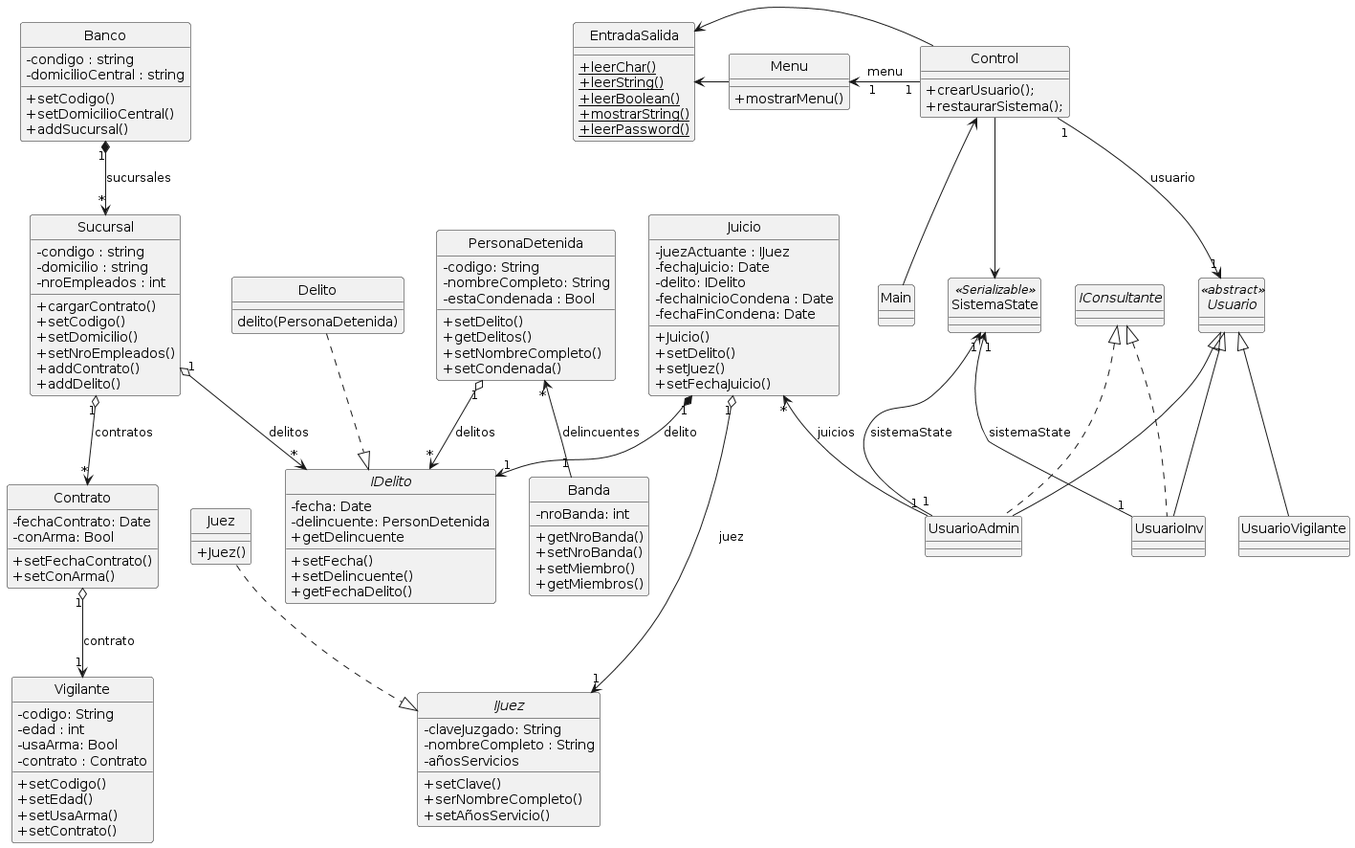
IMettaINSPT/1ParcialP2 keeps this PlantUML diagram as Documentacion/DiagramaClasesVGeneral.png. Above is the earlier version.
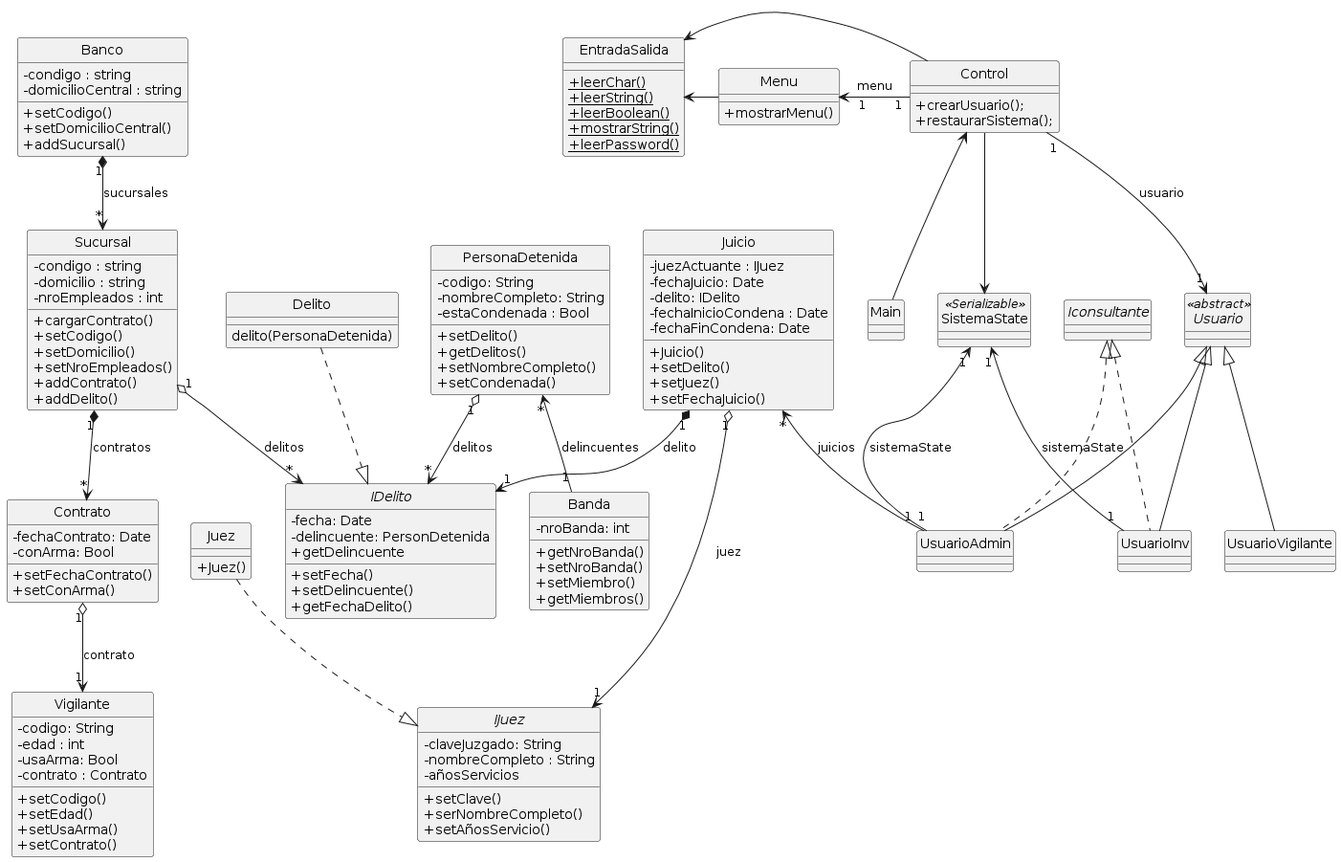
After the commit.

What changed in the source:
```diff
@@ -100,7 +100,7 @@
 
 }
 
-interface IConsultante{}
+interface Iconsultante{}
 
 class Main{
 }
@@ -136,7 +136,7 @@
 SistemaState "1"<-- "1" UsuarioInv:sistemaState
 Delito ..|> IDelito
 Sucursal "1" o--> "*" IDelito : delitos
-Sucursal "1" o--> "*" Contrato : contratos
+Sucursal "1" *--> "*" Contrato : contratos
 PersonaDetenida "*" <-- "1" Banda : delincuentes
 PersonaDetenida "1" o--> "*" IDelito : delitos
 Contrato "1" o--> "1" Vigilante : contrato
@@ -148,6 +148,6 @@
 Usuario <|-- UsuarioAdmin
 Usuario <|-- UsuarioInv
 Usuario <|-- UsuarioVigilante
-IConsultante<|.. UsuarioAdmin
-IConsultante<|.. UsuarioInv
+Iconsultante <|.. UsuarioAdmin
+Iconsultante <|.. UsuarioInv
 @enduml
```
